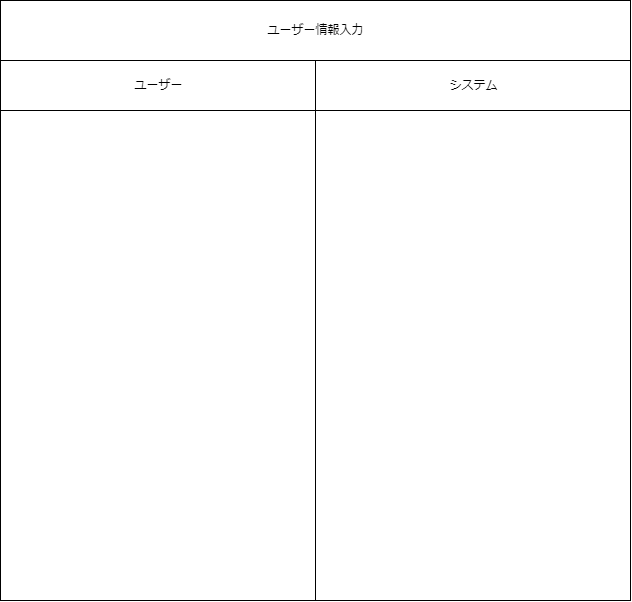
masaki1234567/psp4 keeps this draw.io diagram as 振る舞い図/アクティビティ図/アクティビティ図＿ユーザー情報入力.drawio.png. Above is the earlier version. Source tidied: cells renumbered, new cells last; positions are measured from the earlier drawing's top-left corner, leaving out a move shared by most shapes.
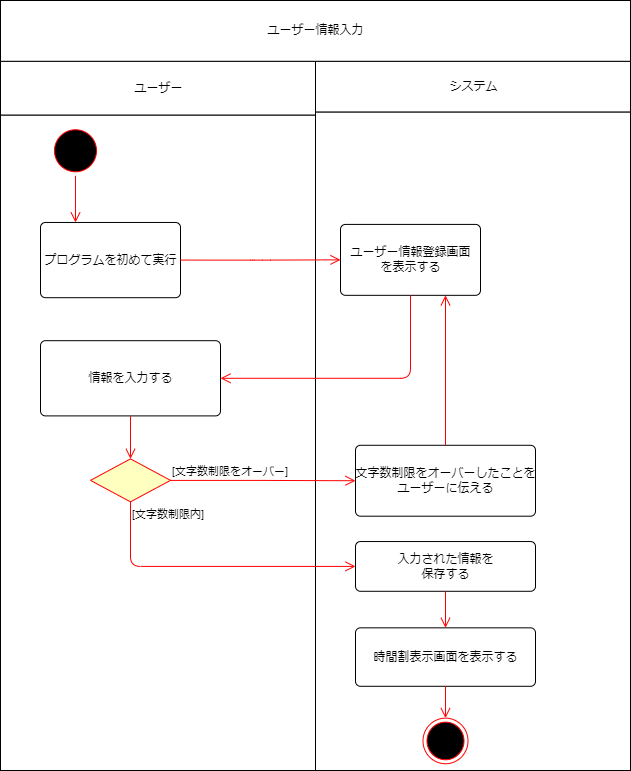
Above is the later version.

Diff of the diagram source:
```diff
@@ -3,31 +3,91 @@
     <mxCell id="0" />
     <mxCell id="1" parent="0" />
     <mxCell id="2" style="group;" parent="1" vertex="1">
-      <mxGeometry width="630" height="600" as="geometry" />
+      <mxGeometry width="630" height="770" as="geometry" />
     </mxCell>
     <mxCell id="3" style="group;" parent="2" vertex="1">
-      <mxGeometry y="60" width="630" height="540" as="geometry" />
+      <mxGeometry y="60.8" width="630" height="709.2" as="geometry" />
     </mxCell>
     <mxCell id="4" style="group;" parent="3" vertex="1">
-      <mxGeometry width="315" height="540" as="geometry" />
+      <mxGeometry width="315" height="709.2" as="geometry" />
     </mxCell>
     <mxCell id="5" style="html=1;dashed=0;whitespace=wrap;" parent="4" vertex="1">
-      <mxGeometry y="50" width="315" height="490" as="geometry" />
+      <mxGeometry y="53.7" width="315" height="655.5" as="geometry" />
     </mxCell>
     <mxCell id="6" value="ユーザー" style="html=1;dashed=0;whitespace=wrap;" parent="4" vertex="1">
-      <mxGeometry width="315" height="50" as="geometry" />
+      <mxGeometry width="315" height="53.7" as="geometry" />
     </mxCell>
+    <mxCell id="11" value="プログラムを初めて実行" style="html=1;align=center;verticalAlign=middle;rounded=1;absoluteArcSize=1;arcSize=10;dashed=0;" parent="4" vertex="1">
+      <mxGeometry x="40" y="161.2" width="140" height="75.2" as="geometry" />
+    </mxCell>
+    <mxCell id="12" style="group;" parent="4" vertex="1">
+      <mxGeometry x="50" y="75.2" width="50" height="128.9" as="geometry" />
+    </mxCell>
+    <mxCell id="13" style="ellipse;html=1;shape=startState;fillColor=#000000;strokeColor=#ff0000;" parent="12" vertex="1">
+      <mxGeometry y="-10.7" width="50" height="50" as="geometry" />
+    </mxCell>
+    <mxCell id="14" style="edgeStyle=orthogonalEdgeStyle;html=1;verticalAlign=bottom;endArrow=open;endSize=8;strokeColor=#ff0000;entryX=0.25;entryY=0;entryDx=0;entryDy=0;" parent="4" edge="1" source="13" target="11">
+      <mxGeometry relative="1" as="geometry" />
+    </mxCell>
+    <mxCell id="15" value="情報を入力する" style="html=1;align=center;verticalAlign=middle;rounded=1;absoluteArcSize=1;arcSize=10;dashed=0;" parent="4" vertex="1">
+      <mxGeometry x="40" y="279.4" width="180" height="75.2" as="geometry" />
+    </mxCell>
+    <mxCell id="16" style="group;" parent="4" vertex="1">
+      <mxGeometry x="90" y="397.6" width="180" height="107.5" as="geometry" />
+    </mxCell>
+    <mxCell id="17" style="rhombus;whiteSpace=wrap;html=1;fillColor=#ffffc0;strokeColor=#ff0000;" parent="16" vertex="1">
+      <mxGeometry width="80" height="43" as="geometry" />
+    </mxCell>
+    <mxCell id="18" style="edgeStyle=orthogonalEdgeStyle;html=1;verticalAlign=bottom;endArrow=open;endSize=8;strokeColor=#ff0000;exitX=0.5;exitY=1;exitDx=0;exitDy=0;entryX=0.5;entryY=0;entryDx=0;entryDy=0;" parent="4" edge="1" source="15" target="17">
+      <mxGeometry relative="1" as="geometry" />
+    </mxCell>
-    <mxCell id="7" style="group;" parent="3" vertex="1">
-      <mxGeometry x="315" width="315" height="540" as="geometry" />
+    <mxCell id="7" style="group;fillColor=#FF3333;fontColor=#ffffff;strokeColor=#6F0000;" parent="3" vertex="1">
+      <mxGeometry x="315" width="315" height="709.2" as="geometry" />
     </mxCell>
     <mxCell id="8" style="html=1;dashed=0;whitespace=wrap;" parent="7" vertex="1">
-      <mxGeometry y="50" width="315" height="490" as="geometry" />
+      <mxGeometry y="50.7" width="315" height="658.6" as="geometry" />
     </mxCell>
     <mxCell id="9" value="システム" style="html=1;dashed=0;whitespace=wrap;" parent="7" vertex="1">
-      <mxGeometry width="315" height="50" as="geometry" />
+      <mxGeometry width="315" height="50.7" as="geometry" />
     </mxCell>
+    <mxCell id="19" value="ユーザー情報登録画面&lt;br&gt;を表示する" style="html=1;align=center;verticalAlign=middle;rounded=1;absoluteArcSize=1;arcSize=10;dashed=0;" parent="7" vertex="1">
+      <mxGeometry x="25" y="163.1" width="140" height="70.9" as="geometry" />
+    </mxCell>
+    <mxCell id="20" value="文字数制限をオーバーしたことを&lt;br&gt;ユーザーに伝える" style="html=1;align=center;verticalAlign=middle;rounded=1;absoluteArcSize=1;arcSize=10;dashed=0;" parent="7" vertex="1">
+      <mxGeometry x="40" y="384" width="180" height="70.9" as="geometry" />
+    </mxCell>
+    <mxCell id="21" style="edgeStyle=orthogonalEdgeStyle;html=1;verticalAlign=bottom;endArrow=open;endSize=8;strokeColor=#ff0000;exitX=0.5;exitY=0;exitDx=0;exitDy=0;entryX=0.75;entryY=1;entryDx=0;entryDy=0;" parent="7" edge="1" source="20" target="19">
+      <mxGeometry relative="1" as="geometry" />
+    </mxCell>
+    <mxCell id="22" value="入力された情報を&lt;br&gt;保存する" style="html=1;align=center;verticalAlign=middle;rounded=1;absoluteArcSize=1;arcSize=10;dashed=0;" parent="7" vertex="1">
+      <mxGeometry x="40" y="480.2" width="180" height="49.8" as="geometry" />
+    </mxCell>
+    <mxCell id="23" value="時間割表示画面を表示する" style="html=1;align=center;verticalAlign=middle;rounded=1;absoluteArcSize=1;arcSize=10;dashed=0;" parent="7" vertex="1">
+      <mxGeometry x="40" y="566.5" width="180" height="58.5" as="geometry" />
+    </mxCell>
+    <mxCell id="24" style="edgeStyle=orthogonalEdgeStyle;html=1;verticalAlign=bottom;endArrow=open;endSize=8;strokeColor=#ff0000;exitX=0.5;exitY=1;exitDx=0;exitDy=0;entryX=0.5;entryY=0;entryDx=0;entryDy=0;" parent="7" edge="1" source="22" target="23">
+      <mxGeometry relative="1" as="geometry" />
+    </mxCell>
+    <mxCell id="25" style="ellipse;html=1;shape=endState;fillColor=#000000;strokeColor=#ff0000;" parent="7" vertex="1">
+      <mxGeometry x="107.5" y="656.9" width="45" height="45.6" as="geometry" />
+    </mxCell>
+    <mxCell id="26" style="edgeStyle=orthogonalEdgeStyle;html=1;verticalAlign=bottom;endArrow=open;endSize=8;strokeColor=#ff0000;exitX=0.5;exitY=1;exitDx=0;exitDy=0;entryX=0.5;entryY=0;entryDx=0;entryDy=0;" parent="7" edge="1" source="23" target="25">
+      <mxGeometry relative="1" as="geometry" />
+    </mxCell>
+    <mxCell id="27" style="edgeStyle=orthogonalEdgeStyle;html=1;verticalAlign=bottom;endArrow=open;endSize=8;strokeColor=#ff0000;exitX=1;exitY=0.5;exitDx=0;exitDy=0;" parent="3" edge="1" source="11" target="19">
+      <mxGeometry relative="1" as="geometry" />
+    </mxCell>
+    <mxCell id="28" style="edgeStyle=orthogonalEdgeStyle;html=1;verticalAlign=bottom;endArrow=open;endSize=8;strokeColor=#ff0000;exitX=0.5;exitY=1;exitDx=0;exitDy=0;entryX=1;entryY=0.5;entryDx=0;entryDy=0;" parent="3" edge="1" source="19" target="15">
+      <mxGeometry relative="1" as="geometry" />
+    </mxCell>
+    <mxCell id="29" value="[文字数制限をオーバー]" style="edgeStyle=orthogonalEdgeStyle;html=1;align=left;verticalAlign=bottom;endArrow=open;endSize=8;strokeColor=#ff0000;entryX=0;entryY=0.5;entryDx=0;entryDy=0;" parent="3" edge="1" source="17" target="20">
+      <mxGeometry x="-1" relative="1" as="geometry" />
+    </mxCell>
+    <mxCell id="30" value="[文字数制限内]" style="edgeStyle=orthogonalEdgeStyle;html=1;align=left;verticalAlign=top;endArrow=open;endSize=8;strokeColor=#ff0000;entryX=0;entryY=0.5;entryDx=0;entryDy=0;exitX=0.5;exitY=1;exitDx=0;exitDy=0;" parent="3" edge="1" source="17" target="22">
+      <mxGeometry x="-1" relative="1" as="geometry" />
+    </mxCell>
     <mxCell id="10" value="ユーザー情報入力" style="html=1;dashed=0;whitespace=wrap;" parent="2" vertex="1">
-      <mxGeometry width="630" height="60" as="geometry" />
+      <mxGeometry width="630" height="60.8" as="geometry" />
     </mxCell>
   </root>
 </mxGraphModel>
```
